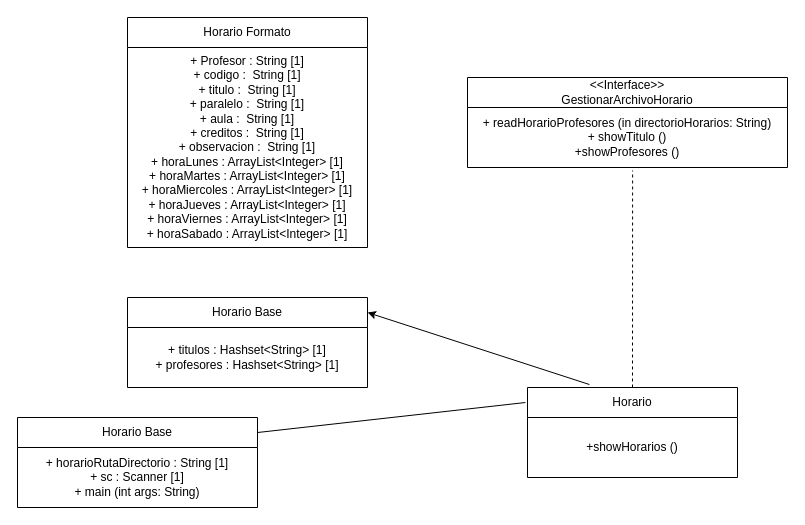
This is src/UML/lln.drawio from Naho-10C/llumiquinga.nahomy, a draw.io file, before an edit. Source tidied: cells renumbered, new cells numbered last; positions are measured from the earlier drawing's top-left corner, leaving out a move shared by most shapes. Both pictures are drawn from the tidied source at 100%, with x=0, y=0 at pixel (17, 17).
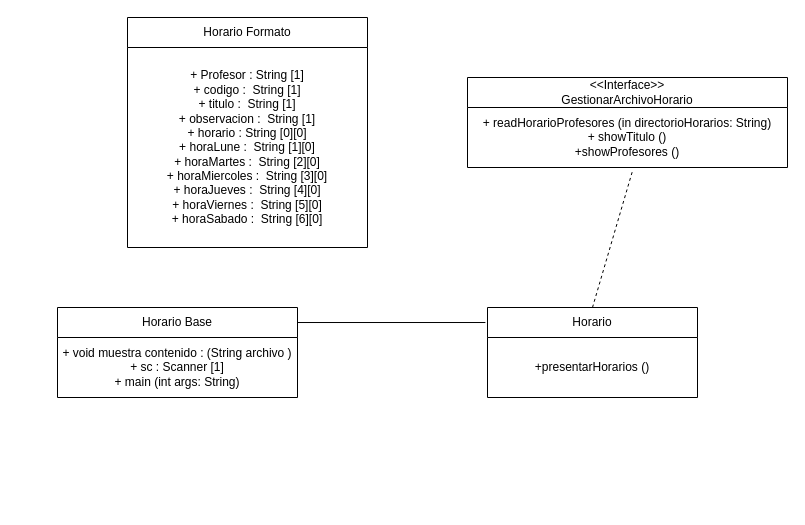
Above is the later version.

The edit, as a diff of the source:
```diff
@@
 <mxGraphModel>
   <root>
     <mxCell id="0" />
     <mxCell id="1" parent="0" />
     <mxCell id="2" value="Horario Formato" style="swimlane;fontStyle=0;horizontal=1;startSize=30;whiteSpace=wrap;html=1;" parent="1" vertex="1">
       <mxGeometry x="110" width="240" height="230" as="geometry" />
     </mxCell>
-    <mxCell id="3" value="+ Profesor : String [1]&lt;br&gt;+ codigo :&amp;nbsp;&amp;nbsp;String [1]&lt;br&gt;+ titulo :&amp;nbsp;&amp;nbsp;String [1]&lt;br&gt;+ paralelo :&amp;nbsp;&amp;nbsp;String [1]&lt;br&gt;+ aula :&amp;nbsp;&amp;nbsp;String [1]&lt;br&gt;+ creditos :&amp;nbsp;&amp;nbsp;String [1]&lt;br&gt;+ observacion :&amp;nbsp;&amp;nbsp;String [1]&lt;br&gt;+ horaLunes : ArrayList&amp;lt;Integer&amp;gt; [1]&lt;br&gt;+ horaMartes : ArrayList&amp;lt;Integer&amp;gt; [1]&lt;br&gt;+ horaMiercoles : ArrayList&amp;lt;Integer&amp;gt; [1]&lt;br&gt;+ horaJueves : ArrayList&amp;lt;Integer&amp;gt; [1]&lt;br&gt;+ horaViernes : ArrayList&amp;lt;Integer&amp;gt; [1]&lt;br&gt;+ horaSabado : ArrayList&amp;lt;Integer&amp;gt; [1]" style="text;strokeColor=none;fillColor=none;align=center;verticalAlign=middle;spacingLeft=4;spacingRight=4;overflow=hidden;whiteSpace=wrap;html=1;" parent="2" vertex="1">
+    <mxCell id="3" value="+ Profesor : String [1]&lt;br&gt;+ codigo :&amp;nbsp;&amp;nbsp;String [1]&lt;br&gt;+ titulo :&amp;nbsp;&amp;nbsp;String [1]&lt;br&gt;+ observacion :&amp;nbsp;&amp;nbsp;String [1]&lt;br&gt;+ horario : String [0][0]&lt;br&gt;+ horaLune :&amp;nbsp;&amp;nbsp;String [1][0]&lt;br&gt;+ horaMartes :&amp;nbsp;&amp;nbsp;String [2][0]&lt;br&gt;+ horaMiercoles :&amp;nbsp;&amp;nbsp;String [3][0]&lt;br&gt;+ horaJueves :&amp;nbsp;&amp;nbsp;String [4][0]&lt;br&gt;+ horaViernes :&amp;nbsp;&amp;nbsp;String [5][0]&lt;br&gt;+ horaSabado :&amp;nbsp;&amp;nbsp;String [6][0]" style="text;strokeColor=none;fillColor=none;align=center;verticalAlign=middle;spacingLeft=4;spacingRight=4;overflow=hidden;whiteSpace=wrap;html=1;" parent="2" vertex="1">
       <mxGeometry y="30" width="240" height="200" as="geometry" />
     </mxCell>
-    <mxCell id="4" value="Horario Base" style="swimlane;fontStyle=0;horizontal=1;startSize=30;whiteSpace=wrap;html=1;" parent="1" vertex="1">
-      <mxGeometry x="110" y="280" width="240" height="90" as="geometry" />
-    </mxCell>
-    <mxCell id="5" value="+ titulos : Hashset&amp;lt;String&amp;gt; [1]&lt;br&gt;+ profesores : Hashset&amp;lt;String&amp;gt; [1]" style="text;strokeColor=none;fillColor=none;align=center;verticalAlign=middle;spacingLeft=4;spacingRight=4;overflow=hidden;whiteSpace=wrap;html=1;" parent="4" vertex="1">
-      <mxGeometry y="30" width="240" height="60" as="geometry" />
-    </mxCell>
     <mxCell id="6" value="&amp;lt;&amp;lt;Interface&amp;gt;&amp;gt;&lt;br&gt;GestionarArchivoHorario" style="swimlane;fontStyle=0;horizontal=1;startSize=30;whiteSpace=wrap;html=1;" parent="1" vertex="1">
       <mxGeometry x="450" y="60" width="320" height="90" as="geometry" />
     </mxCell>
     <mxCell id="7" value="+ readHorarioProfesores&amp;nbsp;(in directorioHorarios: String)&lt;br&gt;+ showTitulo ()&lt;br&gt;+showProfesores ()" style="text;strokeColor=none;fillColor=none;align=center;verticalAlign=middle;spacingLeft=4;spacingRight=4;overflow=hidden;points=[[0,0.5],[1,0.5]];portConstraint=eastwest;whiteSpace=wrap;html=1;" parent="6" vertex="1">
       <mxGeometry y="30" width="320" height="60" as="geometry" />
     </mxCell>
     <mxCell id="8" value="Horario" style="swimlane;fontStyle=0;horizontal=1;startSize=30;whiteSpace=wrap;html=1;" parent="1" vertex="1">
-      <mxGeometry x="510" y="370" width="210" height="90" as="geometry" />
+      <mxGeometry x="470" y="290" width="210" height="90" as="geometry" />
     </mxCell>
-    <mxCell id="9" value="+showHorarios ()" style="text;strokeColor=none;fillColor=none;align=center;verticalAlign=middle;spacingLeft=4;spacingRight=4;overflow=hidden;whiteSpace=wrap;html=1;" parent="8" vertex="1">
+    <mxCell id="9" value="+presentarHorarios ()" style="text;strokeColor=none;fillColor=none;align=center;verticalAlign=middle;spacingLeft=4;spacingRight=4;overflow=hidden;whiteSpace=wrap;html=1;" parent="8" vertex="1">
       <mxGeometry y="30" width="210" height="60" as="geometry" />
     </mxCell>
     <mxCell id="10" style="endArrow=none;dashed=1;html=1;entryX=0.516;entryY=1.05;entryDx=0;entryDy=0;entryPerimeter=0;exitX=0.5;exitY=0;exitDx=0;exitDy=0;" parent="1" edge="1" source="8" target="7">
       <mxGeometry relative="1" as="geometry" />
     </mxCell>
     <mxCell id="11" value="Horario Base" style="swimlane;fontStyle=0;horizontal=1;startSize=30;whiteSpace=wrap;html=1;" parent="1" vertex="1">
-      <mxGeometry y="400" width="240" height="90" as="geometry" />
+      <mxGeometry x="40" y="290" width="240" height="90" as="geometry" />
     </mxCell>
-    <mxCell id="12" value="+ horarioRutaDirectorio : String [1]&lt;br&gt;+ sc : Scanner [1]&lt;br&gt;+ main (int args: String)" style="text;strokeColor=none;fillColor=none;align=center;verticalAlign=middle;spacingLeft=4;spacingRight=4;overflow=hidden;whiteSpace=wrap;html=1;" parent="11" vertex="1">
+    <mxCell id="12" value="+ void muestra contenido : (String archivo )&lt;br&gt;+ sc : Scanner [1]&lt;br&gt;+ main (int args: String)" style="text;strokeColor=none;fillColor=none;align=center;verticalAlign=middle;spacingLeft=4;spacingRight=4;overflow=hidden;whiteSpace=wrap;html=1;" parent="11" vertex="1">
       <mxGeometry y="30" width="240" height="60" as="geometry" />
     </mxCell>
     <mxCell id="13" style="endArrow=none;html=1;entryX=-0.01;entryY=0.167;entryDx=0;entryDy=0;entryPerimeter=0;exitX=1;exitY=0.167;exitDx=0;exitDy=0;exitPerimeter=0;" parent="1" edge="1" source="11" target="8">
       <mxGeometry relative="1" as="geometry" />
     </mxCell>
-    <mxCell id="14" style="endArrow=classic;html=1;exitX=0.295;exitY=-0.033;exitDx=0;exitDy=0;exitPerimeter=0;entryX=1;entryY=0.167;entryDx=0;entryDy=0;entryPerimeter=0;" parent="1" edge="1" source="8" target="4">
-      <mxGeometry relative="1" as="geometry" />
-    </mxCell>
   </root>
 </mxGraphModel>
```
